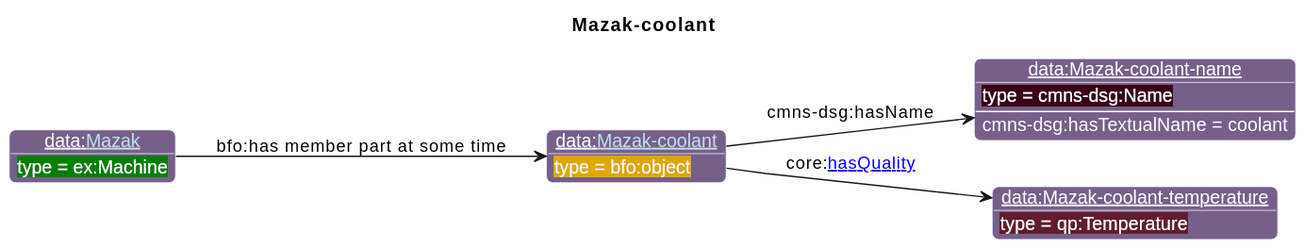
Earlier version of the PlantUML export diagrams/Mazak-coolant.svg (iofoundry/example-syseng-mtconnect).
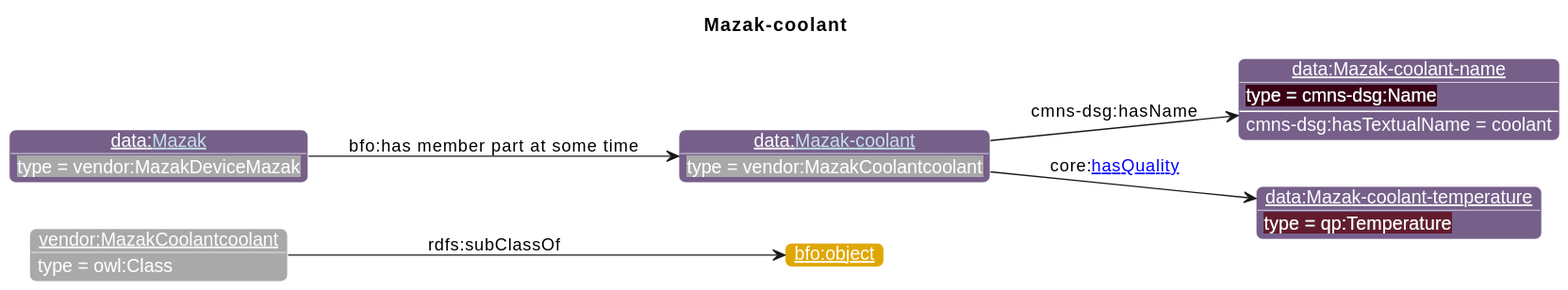
After the change.

The edit, as a diff of the source:
```diff
@@ -19,12 +19,15 @@
                       "ns1":"76608A",
 "ex":"Green","data":"76608A","core":"000000","units":"8A2D3B","qp":"641B2E","cmns-dsg":"3A0519"
 }
-individual(o1, data:[[./Mazak-coolant.html Mazak-coolant]], "bfo:object")
-individual(o2, data:Mazak-coolant-name, cmns-dsg:Name)
-individual(o3, data:Mazak-coolant-temperature, qp:Temperature)
-individual(o4, data:[[./Mazak.html Mazak]], ex:Machine)
-property(o1, cmns-dsg:hasName, o2)
-data(o2, cmns-dsg:hasTextualName, coolant)
-property(o1, core:[[https://spec.industrialontologies.org/ontology/core/Core/hasQuality hasQuality]], o3)
-property(o4, "bfo:has member part at some time", o1)
+individual(o1, vendor:MazakCoolantcoolant, owl:Class)
+individual(o2, "bfo:object")
+individual(o3, data:[[./Mazak-coolant.html Mazak-coolant]], vendor:MazakCoolantcoolant)
+individual(o4, data:Mazak-coolant-name, cmns-dsg:Name)
+individual(o5, data:Mazak-coolant-temperature, qp:Temperature)
+individual(o6, data:[[./Mazak.html Mazak]], vendor:MazakDeviceMazak)
+property(o1, rdfs:subClassOf, o2)
+property(o3, cmns-dsg:hasName, o4)
+data(o4, cmns-dsg:hasTextualName, coolant)
+property(o3, core:[[https://spec.industrialontologies.org/ontology/core/Core/hasQuality hasQuality]], o5)
+property(o6, "bfo:has member part at some time", o3)
 @enduml
```
